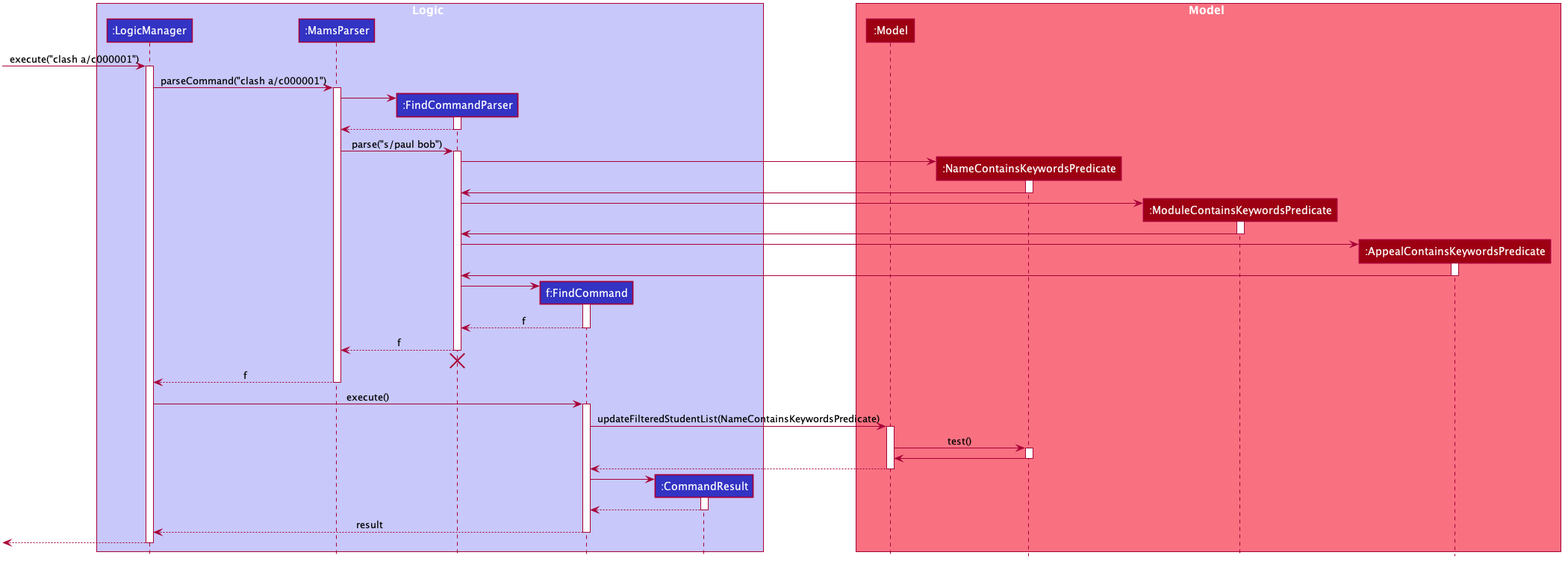
Earlier version of the PlantUML export docs/images/FindSequenceDiagram.png (nus-cs2103-AY1920S1/addressbook-level3).
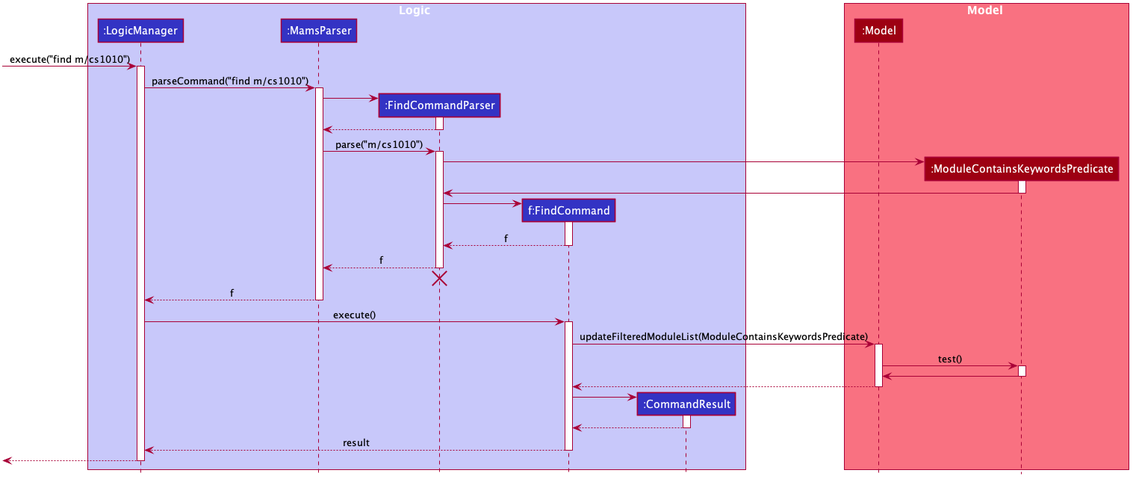
After the change.

What changed in the source:
```diff
@@ -58,15 +58,13 @@
 
 box Model #F97181
 participant ":Model" as Model #9D0012
-participant ":NameContainsKeywordsPredicate" as NameContainsKeywordsPredicate #9D0012
 participant ":ModuleContainsKeywordsPredicate" as ModuleContainsKeywordsPredicate #9D0012
-participant ":AppealContainsKeywordsPredicate" as AppealContainsKeywordsPredicate #9D0012
 end box
 
-[-> LogicManager : execute("clash a/c000001")
+[-> LogicManager : execute("find m/cs1010")
 activate LogicManager
 
-LogicManager -> MamsParser : parseCommand("clash a/c000001")
+LogicManager -> MamsParser : parseCommand("find m/cs1010")
 activate MamsParser
 
 create FindCommandParser
@@ -76,28 +74,14 @@
 FindCommandParser --> MamsParser
 deactivate FindCommandParser
 
-MamsParser -> FindCommandParser : parse("s/paul bob")
+MamsParser -> FindCommandParser : parse("m/cs1010")
 activate FindCommandParser
-
-create NameContainsKeywordsPredicate
-FindCommandParser -> NameContainsKeywordsPredicate
-activate NameContainsKeywordsPredicate
-
-NameContainsKeywordsPredicate -> FindCommandParser
-deactivate
 
 create ModuleContainsKeywordsPredicate
 FindCommandParser -> ModuleContainsKeywordsPredicate
 activate ModuleContainsKeywordsPredicate
 
 ModuleContainsKeywordsPredicate -> FindCommandParser
-deactivate
-
-create AppealContainsKeywordsPredicate
-FindCommandParser -> AppealContainsKeywordsPredicate
-activate AppealContainsKeywordsPredicate
-
-AppealContainsKeywordsPredicate -> FindCommandParser
 deactivate
 
 create FindCommand
@@ -118,13 +102,13 @@
 LogicManager -> FindCommand : execute()
 activate FindCommand
 
-FindCommand -> Model : updateFilteredStudentList(NameContainsKeywordsPredicate)
+FindCommand -> Model : updateFilteredModuleList(ModuleContainsKeywordsPredicate)
 activate Model
 
-Model -> NameContainsKeywordsPredicate : test()
-activate NameContainsKeywordsPredicate
+Model -> ModuleContainsKeywordsPredicate : test()
+activate ModuleContainsKeywordsPredicate
 
-NameContainsKeywordsPredicate -> Model
+ModuleContainsKeywordsPredicate -> Model
 deactivate
 
 Model --> FindCommand
```
